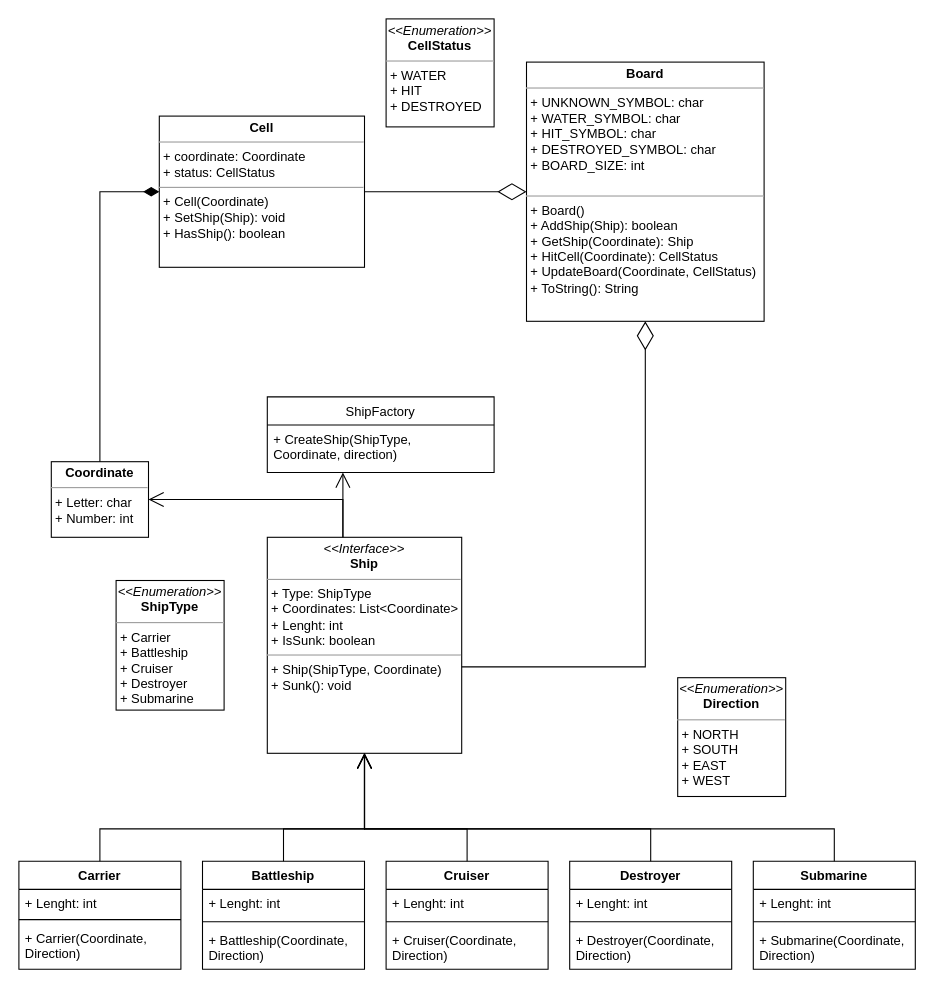
Earlier version of the draw.io diagram UML.drawio (CesarSnake/Battleship). Source tidied: cells renumbered, new cells numbered last; positions are measured from the earlier drawing's top-left corner, leaving out a move shared by most shapes. Both pictures are drawn from the tidied source at 108%, with x=0, y=0 at pixel (18, 18).
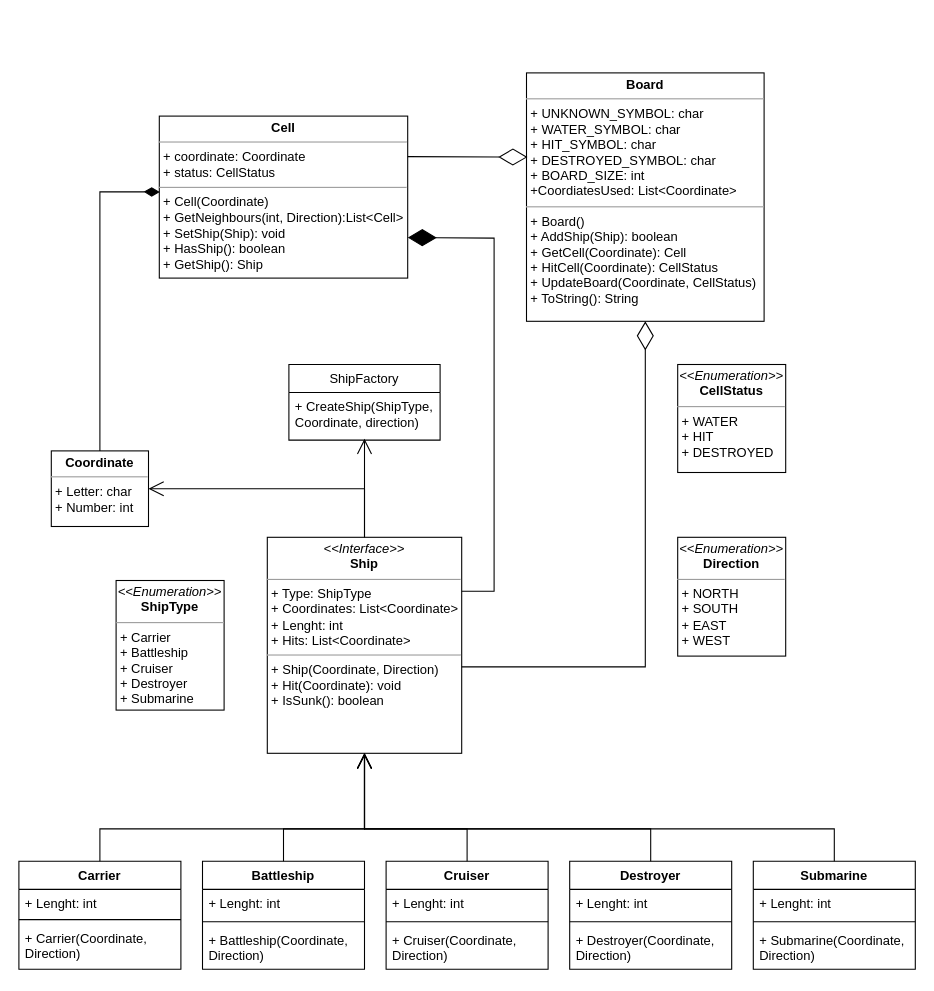
The same page after the edit.

Commit message:
update UML, ready to start TDD

Change to the diagram source:
```diff
@@
-    <mxCell id="2" value="&lt;p style=&quot;margin: 0px ; margin-top: 4px ; text-align: center&quot;&gt;&lt;i&gt;&amp;lt;&amp;lt;Interface&amp;gt;&amp;gt;&lt;/i&gt;&lt;br&gt;&lt;b&gt;Ship&lt;/b&gt;&lt;/p&gt;&lt;hr size=&quot;1&quot;&gt;&lt;p style=&quot;margin: 0px ; margin-left: 4px&quot;&gt;+ Type: ShipType&lt;/p&gt;&lt;p style=&quot;margin: 0px ; margin-left: 4px&quot;&gt;+ Coordinates: List&amp;lt;Coordinate&amp;gt;&lt;br&gt;&lt;/p&gt;&lt;p style=&quot;margin: 0px ; margin-left: 4px&quot;&gt;+ Lenght: int&lt;/p&gt;&lt;p style=&quot;margin: 0px ; margin-left: 4px&quot;&gt;+ IsSunk: boolean&lt;/p&gt;&lt;hr size=&quot;1&quot;&gt;&lt;p style=&quot;margin: 0px ; margin-left: 4px&quot;&gt;+ Ship(ShipType, Coordinate)&lt;br&gt;+ Sunk(): void&lt;/p&gt;" style="verticalAlign=top;align=left;overflow=fill;fontSize=12;fontFamily=Helvetica;html=1;" parent="1" vertex="1">
+    <mxCell id="2" value="&lt;p style=&quot;margin: 0px ; margin-top: 4px ; text-align: center&quot;&gt;&lt;i&gt;&amp;lt;&amp;lt;Interface&amp;gt;&amp;gt;&lt;/i&gt;&lt;br&gt;&lt;b&gt;Ship&lt;/b&gt;&lt;/p&gt;&lt;hr size=&quot;1&quot;&gt;&lt;p style=&quot;margin: 0px ; margin-left: 4px&quot;&gt;+ Type: ShipType&lt;/p&gt;&lt;p style=&quot;margin: 0px ; margin-left: 4px&quot;&gt;+ Coordinates: List&amp;lt;Coordinate&amp;gt;&lt;br&gt;&lt;/p&gt;&lt;p style=&quot;margin: 0px ; margin-left: 4px&quot;&gt;+ Lenght: int&lt;/p&gt;&lt;p style=&quot;margin: 0px ; margin-left: 4px&quot;&gt;+ Hits: List&amp;lt;Coordinate&amp;gt;&lt;/p&gt;&lt;hr size=&quot;1&quot;&gt;&lt;p style=&quot;margin: 0px ; margin-left: 4px&quot;&gt;+ Ship(Coordinate, Direction)&lt;/p&gt;&lt;p style=&quot;margin: 0px ; margin-left: 4px&quot;&gt;+ Hit(Coordinate): void&lt;br&gt;+ IsSunk(): boolean&lt;/p&gt;" style="verticalAlign=top;align=left;overflow=fill;fontSize=12;fontFamily=Helvetica;html=1;" parent="1" vertex="1">
       <mxGeometry x="230" y="480" width="180" height="200" as="geometry" />
     </mxCell>
@@
     <mxCell id="4" value="&lt;p style=&quot;margin: 0px ; margin-top: 4px ; text-align: center&quot;&gt;&lt;b&gt;Coordinate&lt;/b&gt;&lt;/p&gt;&lt;hr size=&quot;1&quot;&gt;&lt;p style=&quot;margin: 0px ; margin-left: 4px&quot;&gt;+ Letter: char&lt;/p&gt;&lt;p style=&quot;margin: 0px ; margin-left: 4px&quot;&gt;+ Number: int&lt;/p&gt;" style="verticalAlign=top;align=left;overflow=fill;fontSize=12;fontFamily=Helvetica;html=1;" parent="1" vertex="1">
-      <mxGeometry x="30" y="410" width="90" height="70" as="geometry" />
+      <mxGeometry x="30" y="400" width="90" height="70" as="geometry" />
     </mxCell>
@@
-    <mxCell id="25" value="&lt;p style=&quot;margin: 0px ; margin-top: 4px ; text-align: center&quot;&gt;&lt;b&gt;Board&lt;/b&gt;&lt;/p&gt;&lt;hr size=&quot;1&quot;&gt;&lt;p style=&quot;margin: 0px 0px 0px 4px&quot;&gt;+ UNKNOWN_SYMBOL: char&lt;/p&gt;&lt;p style=&quot;margin: 0px ; margin-left: 4px&quot;&gt;+ WATER_SYMBOL: char&lt;br&gt;&lt;/p&gt;&lt;p style=&quot;margin: 0px ; margin-left: 4px&quot;&gt;&lt;span&gt;+ HIT_SYMBOL: char&lt;/span&gt;&lt;br&gt;&lt;/p&gt;&lt;p style=&quot;margin: 0px ; margin-left: 4px&quot;&gt;+ DESTROYED_SYMBOL: char&lt;br&gt;+ BOARD_SIZE: int&lt;br&gt;&lt;br&gt;&lt;/p&gt;&lt;hr size=&quot;1&quot;&gt;&lt;p style=&quot;margin: 0px ; margin-left: 4px&quot;&gt;+ Board()&lt;/p&gt;&lt;p style=&quot;margin: 0px ; margin-left: 4px&quot;&gt;+ AddShip(Ship): boolean&lt;/p&gt;&lt;p style=&quot;margin: 0px ; margin-left: 4px&quot;&gt;+ GetShip(Coordinate): Ship&lt;/p&gt;&lt;p style=&quot;margin: 0px ; margin-left: 4px&quot;&gt;+ HitCell(Coordinate): CellStatus&lt;/p&gt;&lt;p style=&quot;margin: 0px ; margin-left: 4px&quot;&gt;+ UpdateBoard(Coordinate, CellStatus)&lt;/p&gt;&lt;p style=&quot;margin: 0px ; margin-left: 4px&quot;&gt;+ ToString(): String&lt;/p&gt;&lt;p style=&quot;margin: 0px ; margin-left: 4px&quot;&gt;&lt;br&gt;&lt;/p&gt;" style="verticalAlign=top;align=left;overflow=fill;fontSize=12;fontFamily=Helvetica;html=1;" parent="1" vertex="1">
-      <mxGeometry x="470" y="40" width="220" height="240" as="geometry" />
+    <mxCell id="25" value="&lt;p style=&quot;margin: 0px ; margin-top: 4px ; text-align: center&quot;&gt;&lt;b&gt;Board&lt;/b&gt;&lt;/p&gt;&lt;hr size=&quot;1&quot;&gt;&lt;p style=&quot;margin: 0px 0px 0px 4px&quot;&gt;+ UNKNOWN_SYMBOL: char&lt;/p&gt;&lt;p style=&quot;margin: 0px ; margin-left: 4px&quot;&gt;+ WATER_SYMBOL: char&lt;br&gt;&lt;/p&gt;&lt;p style=&quot;margin: 0px ; margin-left: 4px&quot;&gt;&lt;span&gt;+ HIT_SYMBOL: char&lt;/span&gt;&lt;br&gt;&lt;/p&gt;&lt;p style=&quot;margin: 0px ; margin-left: 4px&quot;&gt;+ DESTROYED_SYMBOL: char&lt;br&gt;+ BOARD_SIZE: int&lt;br&gt;+CoordiatesUsed: List&amp;lt;Coordinate&amp;gt;&lt;/p&gt;&lt;hr size=&quot;1&quot;&gt;&lt;p style=&quot;margin: 0px ; margin-left: 4px&quot;&gt;+ Board()&lt;/p&gt;&lt;p style=&quot;margin: 0px ; margin-left: 4px&quot;&gt;+ AddShip(Ship): boolean&lt;/p&gt;&lt;p style=&quot;margin: 0px ; margin-left: 4px&quot;&gt;+ GetCell(Coordinate): Cell&lt;br&gt;&lt;/p&gt;&lt;p style=&quot;margin: 0px ; margin-left: 4px&quot;&gt;+ HitCell(Coordinate): CellStatus&lt;/p&gt;&lt;p style=&quot;margin: 0px ; margin-left: 4px&quot;&gt;+ UpdateBoard(Coordinate, CellStatus)&lt;/p&gt;&lt;p style=&quot;margin: 0px ; margin-left: 4px&quot;&gt;+ ToString(): String&lt;/p&gt;&lt;p style=&quot;margin: 0px ; margin-left: 4px&quot;&gt;&lt;br&gt;&lt;/p&gt;" style="verticalAlign=top;align=left;overflow=fill;fontSize=12;fontFamily=Helvetica;html=1;" parent="1" vertex="1">
+      <mxGeometry x="470" y="50" width="220" height="230" as="geometry" />
     </mxCell>
-    <mxCell id="26" value="&lt;p style=&quot;margin: 0px ; margin-top: 4px ; text-align: center&quot;&gt;&lt;b&gt;Cell&lt;/b&gt;&lt;/p&gt;&lt;hr size=&quot;1&quot;&gt;&lt;p style=&quot;margin: 0px ; margin-left: 4px&quot;&gt;+ coordinate: Coordinate&lt;/p&gt;&lt;p style=&quot;margin: 0px ; margin-left: 4px&quot;&gt;+ status: CellStatus&lt;/p&gt;&lt;hr size=&quot;1&quot;&gt;&lt;p style=&quot;margin: 0px ; margin-left: 4px&quot;&gt;+ Cell(Coordinate)&lt;/p&gt;&lt;p style=&quot;margin: 0px ; margin-left: 4px&quot;&gt;+ SetShip(Ship): void&lt;/p&gt;&lt;p style=&quot;margin: 0px ; margin-left: 4px&quot;&gt;+ HasShip(): boolean&lt;/p&gt;" style="verticalAlign=top;align=left;overflow=fill;fontSize=12;fontFamily=Helvetica;html=1;" parent="1" vertex="1">
-      <mxGeometry x="130" y="90" width="190" height="140" as="geometry" />
+    <mxCell id="26" value="&lt;p style=&quot;margin: 0px ; margin-top: 4px ; text-align: center&quot;&gt;&lt;b&gt;Cell&lt;/b&gt;&lt;/p&gt;&lt;hr size=&quot;1&quot;&gt;&lt;p style=&quot;margin: 0px ; margin-left: 4px&quot;&gt;+ coordinate: Coordinate&lt;/p&gt;&lt;p style=&quot;margin: 0px ; margin-left: 4px&quot;&gt;+ status: CellStatus&lt;/p&gt;&lt;hr size=&quot;1&quot;&gt;&lt;p style=&quot;margin: 0px ; margin-left: 4px&quot;&gt;+ Cell(Coordinate)&lt;/p&gt;&lt;p style=&quot;margin: 0px ; margin-left: 4px&quot;&gt;+ GetNeighbours(int, Direction):List&amp;lt;Cell&amp;gt;&lt;/p&gt;&lt;p style=&quot;margin: 0px ; margin-left: 4px&quot;&gt;+ SetShip(Ship): void&lt;/p&gt;&lt;p style=&quot;margin: 0px ; margin-left: 4px&quot;&gt;+ HasShip(): boolean&lt;/p&gt;&lt;p style=&quot;margin: 0px ; margin-left: 4px&quot;&gt;+ GetShip(): Ship&lt;/p&gt;" style="verticalAlign=top;align=left;overflow=fill;fontSize=12;fontFamily=Helvetica;html=1;" parent="1" vertex="1">
+      <mxGeometry x="130" y="90" width="230" height="150" as="geometry" />
     </mxCell>
-    <mxCell id="27" style="endArrow=diamondThin;endFill=0;endSize=24;html=1;rounded=0;entryX=0;entryY=0.5;entryDx=0;entryDy=0;exitX=1;exitY=0.5;exitDx=0;exitDy=0;" parent="1" edge="1" source="26" target="25">
+    <mxCell id="27" style="endArrow=diamondThin;endFill=0;endSize=24;html=1;rounded=0;entryX=0.004;entryY=0.339;entryDx=0;entryDy=0;exitX=1;exitY=0.25;exitDx=0;exitDy=0;entryPerimeter=0;" parent="1" edge="1" source="26" target="25">
       <mxGeometry relative="1" as="geometry" />
     </mxCell>
-    <mxCell id="28" style="endArrow=diamondThin;endFill=1;endSize=12;html=1;rounded=0;entryX=0;entryY=0.5;entryDx=0;entryDy=0;exitX=0.5;exitY=0;exitDx=0;exitDy=0;" parent="1" edge="1" source="4" target="26">
+    <mxCell id="28" style="endArrow=diamondThin;endFill=1;endSize=12;html=1;rounded=0;entryX=0.002;entryY=0.468;entryDx=0;entryDy=0;exitX=0.5;exitY=0;exitDx=0;exitDy=0;entryPerimeter=0;" parent="1" edge="1" source="4" target="26">
       <mxGeometry relative="1" as="geometry">
         <Array as="points">
           <mxPoint x="75" y="160" />
         </Array>
       </mxGeometry>
     </mxCell>
@@
     <mxCell id="35" value="&lt;p style=&quot;margin: 0px ; margin-top: 4px ; text-align: center&quot;&gt;&lt;i&gt;&amp;lt;&amp;lt;Enumeration&amp;gt;&amp;gt;&lt;/i&gt;&lt;br&gt;&lt;b&gt;CellStatus&lt;/b&gt;&lt;/p&gt;&lt;hr size=&quot;1&quot;&gt;&lt;p style=&quot;margin: 0px ; margin-left: 4px&quot;&gt;+ WATER&lt;br&gt;&lt;/p&gt;&lt;p style=&quot;margin: 0px ; margin-left: 4px&quot;&gt;+ HIT&lt;/p&gt;&lt;p style=&quot;margin: 0px ; margin-left: 4px&quot;&gt;+ DESTROYED&lt;/p&gt;" style="verticalAlign=top;align=left;overflow=fill;fontSize=12;fontFamily=Helvetica;html=1;" parent="1" vertex="1">
-      <mxGeometry x="340" width="100" height="100" as="geometry" />
+      <mxGeometry x="610" y="320" width="100" height="100" as="geometry" />
     </mxCell>
     <mxCell id="36" value="&lt;p style=&quot;margin: 0px ; margin-top: 4px ; text-align: center&quot;&gt;&lt;i&gt;&amp;lt;&amp;lt;Enumeration&amp;gt;&amp;gt;&lt;/i&gt;&lt;br&gt;&lt;b&gt;Direction&lt;/b&gt;&lt;/p&gt;&lt;hr size=&quot;1&quot;&gt;&lt;p style=&quot;margin: 0px ; margin-left: 4px&quot;&gt;+ NORTH&lt;br&gt;&lt;/p&gt;&lt;p style=&quot;margin: 0px ; margin-left: 4px&quot;&gt;+ SOUTH&lt;/p&gt;&lt;p style=&quot;margin: 0px ; margin-left: 4px&quot;&gt;+ EAST&lt;/p&gt;&lt;p style=&quot;margin: 0px ; margin-left: 4px&quot;&gt;+ WEST&lt;/p&gt;" style="verticalAlign=top;align=left;overflow=fill;fontSize=12;fontFamily=Helvetica;html=1;" parent="1" vertex="1">
-      <mxGeometry x="610" y="610" width="100" height="110" as="geometry" />
+      <mxGeometry x="610" y="480" width="100" height="110" as="geometry" />
     </mxCell>
     <mxCell id="37" value="ShipFactory" style="swimlane;fontStyle=0;horizontal=1;startSize=26;fillColor=none;" parent="1" vertex="1">
-      <mxGeometry x="230" y="350" width="210" height="70" as="geometry" />
+      <mxGeometry x="250" y="320" width="140" height="70" as="geometry" />
     </mxCell>
     <mxCell id="38" value="+ CreateShip(ShipType, &#10;Coordinate, direction)&#10;" style="text;strokeColor=none;fillColor=none;align=left;verticalAlign=top;spacingLeft=4;spacingRight=4;overflow=hidden;points=[[0,0.5],[1,0.5]];portConstraint=eastwest;" parent="37" vertex="1">
-      <mxGeometry y="26" width="210" height="44" as="geometry" />
+      <mxGeometry y="26" width="140" height="44" as="geometry" />
     </mxCell>
-    <mxCell id="39" style="endArrow=open;endFill=1;endSize=12;html=1;rounded=0;" parent="1" edge="1">
-      <mxGeometry relative="1" as="geometry">
-        <mxPoint x="300" y="480" as="sourcePoint" />
-        <mxPoint x="300" y="420" as="targetPoint" />
-      </mxGeometry>
+    <mxCell id="39" style="endArrow=open;endFill=1;endSize=12;html=1;rounded=0;exitX=0.5;exitY=0;exitDx=0;exitDy=0;entryX=0.5;entryY=0.971;entryDx=0;entryDy=0;entryPerimeter=0;" parent="1" edge="1" source="2" target="38">
+      <mxGeometry relative="1" as="geometry" />
     </mxCell>
-    <mxCell id="40" style="endArrow=open;endFill=1;endSize=12;html=1;rounded=0;entryX=1;entryY=0.5;entryDx=0;entryDy=0;" parent="1" edge="1" target="4">
+    <mxCell id="40" style="endArrow=open;endFill=1;endSize=12;html=1;rounded=0;entryX=1;entryY=0.5;entryDx=0;entryDy=0;exitX=0.5;exitY=0;exitDx=0;exitDy=0;" parent="1" edge="1" source="2" target="4">
       <mxGeometry relative="1" as="geometry">
-        <mxPoint x="300" y="480" as="sourcePoint" />
         <Array as="points">
-          <mxPoint x="300" y="445" />
+          <mxPoint x="320" y="435" />
         </Array>
       </mxGeometry>
     </mxCell>
+    <mxCell id="41" style="endArrow=diamondThin;endFill=1;endSize=24;html=1;rounded=0;exitX=1;exitY=0.25;exitDx=0;exitDy=0;entryX=1;entryY=0.75;entryDx=0;entryDy=0;" parent="1" edge="1" source="2" target="26">
+      <mxGeometry relative="1" as="geometry">
+        <Array as="points">
+          <mxPoint x="440" y="530" />
+          <mxPoint x="440" y="203" />
+        </Array>
+      </mxGeometry>
+    </mxCell>
```
